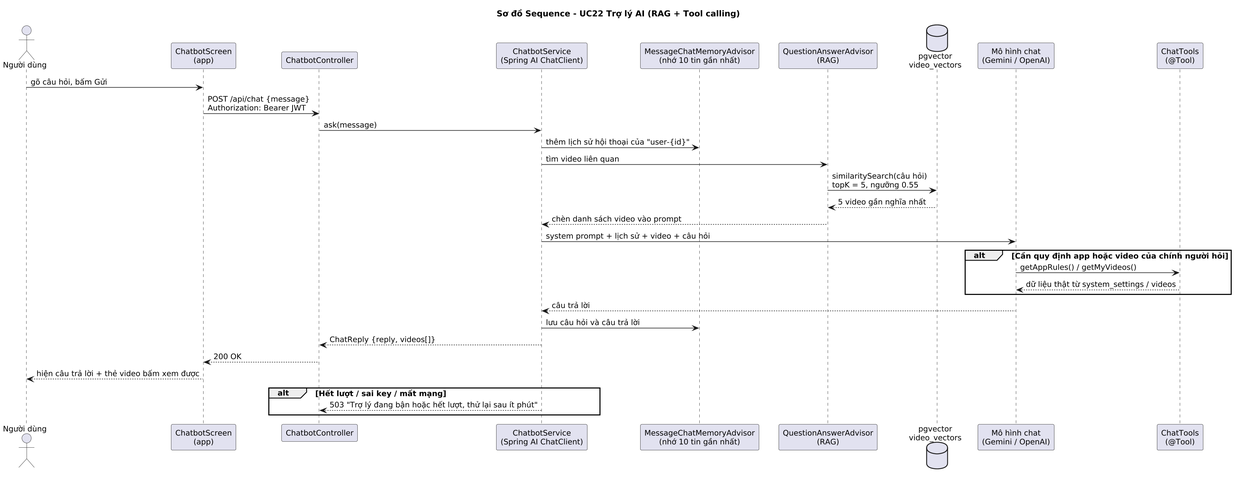
Above: docs/uml/png_moi/seq_chatbot.png in khanh2925/video-sharing-app (PlantUML), before the change.
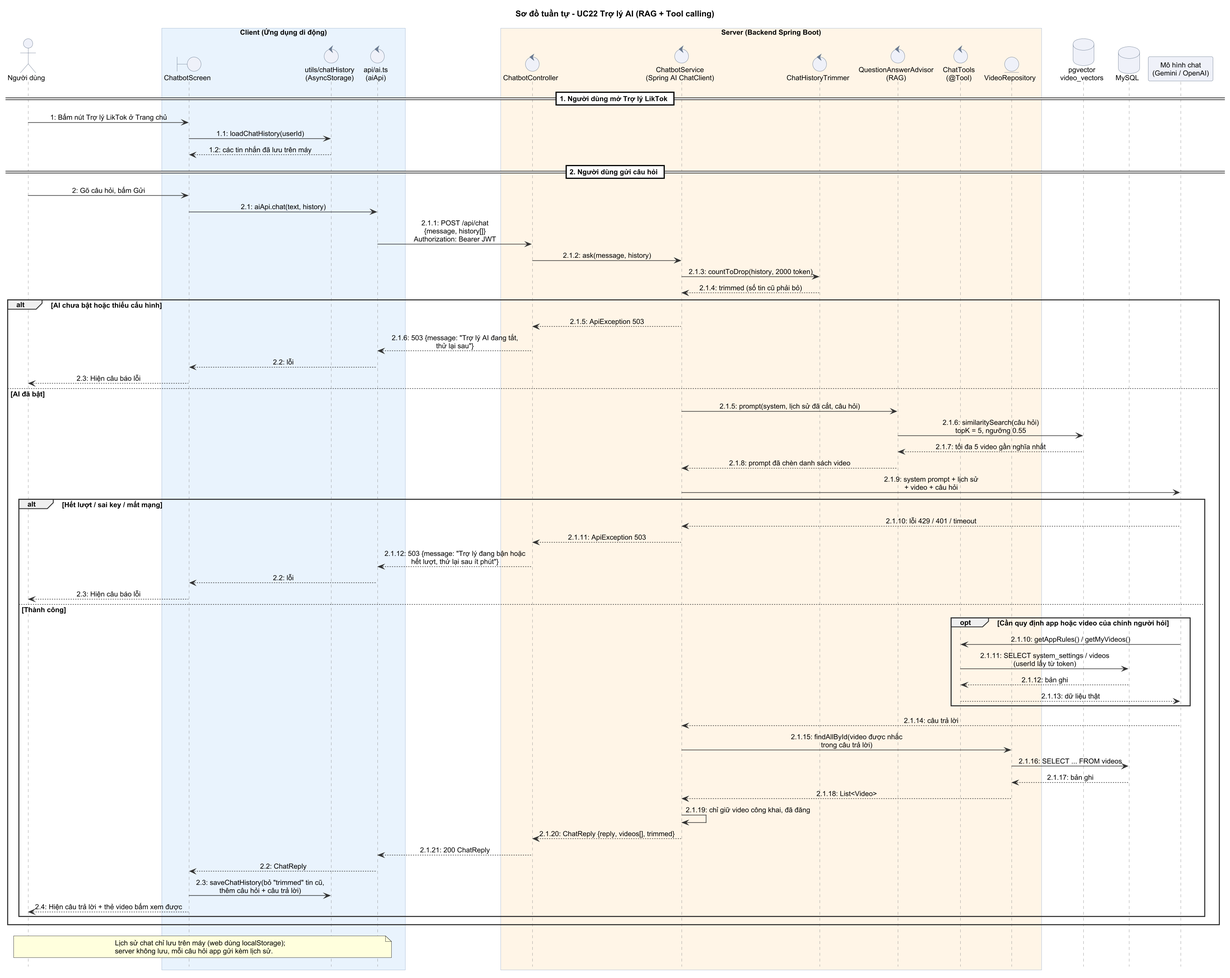
Above is the later version.

Commit message:
Tài liệu: vẽ lại 5 sơ đồ tuần tự cùng một kiểu

What changed in the source:
```diff
@@ -1,42 +1,108 @@
 @startuml seq_chatbot
-skinparamlocked dpi 150
 skinparam defaultFontName Arial
-skinparam defaultFontSize 13
+skinparam defaultFontSize 12
 skinparam dpi 150
 skinparam shadowing false
-skinparam ParticipantPadding 12
+skinparam sequenceMessageAlign center
+skinparam responseMessageBelowArrow false
+skinparam maxMessageSize 260
 skinparam BoxPadding 8
-title Sơ đồ Sequence - UC22 Trợ lý AI (RAG + Tool calling)
+skinparam ArrowColor #333333
+skinparam sequence {
+  LifeLineBorderColor #8A8A8A
+  ParticipantBackgroundColor #EEF1F8
+  ParticipantBorderColor #6B7A90
+  ActorBackgroundColor #EEF1F8
+  ActorBorderColor #6B7A90
+  BoxBorderColor #9DB4CF
+  DividerBackgroundColor #FFFFFF
+  GroupBorderColor #333333
+}
+skinparam BoundaryBackgroundColor #EEF1F8
+skinparam BoundaryBorderColor #6B7A90
+skinparam ControlBackgroundColor #EEF1F8
+skinparam ControlBorderColor #6B7A90
+skinparam EntityBackgroundColor #EEF1F8
+skinparam EntityBorderColor #6B7A90
+skinparam DatabaseBackgroundColor #EEF1F8
+skinparam DatabaseBorderColor #6B7A90
+skinparam QueueBackgroundColor #EEF1F8
+skinparam QueueBorderColor #6B7A90
+skinparam CollectionsBackgroundColor #EEF1F8
+skinparam CollectionsBorderColor #6B7A90
+hide footbox
+title Sơ đồ tuần tự - UC22 Trợ lý AI (RAG + Tool calling)
 
 actor "Người dùng" as U
-participant "ChatbotScreen\n(app)" as App
-participant "ChatbotController" as C
-participant "ChatbotService\n(Spring AI ChatClient)" as S
-participant "MessageChatMemoryAdvisor\n(nhớ 10 tin gần nhất)" as M
-participant "QuestionAnswerAdvisor\n(RAG)" as R
+box "Client (Ứng dụng di động)" #E8F2FC
+  boundary "ChatbotScreen" as CS
+  control "utils/chatHistory\n(AsyncStorage)" as H
+  control "api/ai.ts\n(aiApi)" as API
+end box
+box "Server (Backend Spring Boot)" #FFF5E6
+  control "ChatbotController" as CTRL
+  control "ChatbotService\n(Spring AI ChatClient)" as SVC
+  control "ChatHistoryTrimmer" as TR
+  control "QuestionAnswerAdvisor\n(RAG)" as QA
+  control "ChatTools\n(@Tool)" as T
+  entity "VideoRepository" as REPO
+end box
 database "pgvector\nvideo_vectors" as V
+database "MySQL" as DB
 participant "Mô hình chat\n(Gemini / OpenAI)" as LLM
-participant "ChatTools\n(@Tool)" as T
 
-U -> App : gõ câu hỏi, bấm Gửi
-App -> C : POST /api/chat {message}\nAuthorization: Bearer JWT
-C -> S : ask(message)
-S -> M : thêm lịch sử hội thoại của "user-{id}"
-S -> R : tìm video liên quan
-R -> V : similaritySearch(câu hỏi)\ntopK = 5, ngưỡng 0.55
-V --> R : 5 video gần nghĩa nhất
-R --> S : chèn danh sách video vào prompt
-S -> LLM : system prompt + lịch sử + video + câu hỏi
-alt Cần quy định app hoặc video của chính người hỏi
-  LLM -> T : getAppRules() / getMyVideos()
-  T --> LLM : dữ liệu thật từ system_settings / videos
+== 1. Người dùng mở Trợ lý LikTok ==
+U -> CS : 1: Bấm nút Trợ lý LikTok ở Trang chủ
+CS -> H : 1.1: loadChatHistory(userId)
+H --> CS : 1.2: các tin nhắn đã lưu trên máy
+== 2. Người dùng gửi câu hỏi ==
+U -> CS : 2: Gõ câu hỏi, bấm Gửi
+CS -> API : 2.1: aiApi.chat(text, history)
+API -> CTRL : 2.1.1: POST /api/chat\n{message, history[]}\nAuthorization: Bearer JWT
+CTRL -> SVC : 2.1.2: ask(message, history)
+SVC -> TR : 2.1.3: countToDrop(history, 2000 token)
+TR --> SVC : 2.1.4: trimmed (số tin cũ phải bỏ)
+
+alt AI chưa bật hoặc thiếu cấu hình
+  SVC --> CTRL : 2.1.5: ApiException 503
+  CTRL --> API : 2.1.6: 503 {message: "Trợ lý AI đang tắt,\nthử lại sau"}
+  API --> CS : 2.2: lỗi
+  CS --> U : 2.3: Hiện câu báo lỗi
+else AI đã bật
+  SVC -> QA : 2.1.5: prompt(system, lịch sử đã cắt, câu hỏi)
+  QA -> V : 2.1.6: similaritySearch(câu hỏi)\ntopK = 5, ngưỡng 0.55
+  V --> QA : 2.1.7: tối đa 5 video gần nghĩa nhất
+  QA --> SVC : 2.1.8: prompt đã chèn danh sách video
+  SVC -> LLM : 2.1.9: system prompt + lịch sử\n+ video + câu hỏi
+  alt Hết lượt / sai key / mất mạng
+    LLM --> SVC : 2.1.10: lỗi 429 / 401 / timeout
+    SVC --> CTRL : 2.1.11: ApiException 503
+    CTRL --> API : 2.1.12: 503 {message: "Trợ lý đang bận hoặc\nhết lượt, thử lại sau ít phút"}
+    API --> CS : 2.2: lỗi
+    CS --> U : 2.3: Hiện câu báo lỗi
+  else Thành công
+    opt Cần quy định app hoặc video của chính người hỏi
+      LLM -> T : 2.1.10: getAppRules() / getMyVideos()
+      T -> DB : 2.1.11: SELECT system_settings / videos\n(userId lấy từ token)
+      DB --> T : 2.1.12: bản ghi
+      T --> LLM : 2.1.13: dữ liệu thật
+    end
+    LLM --> SVC : 2.1.14: câu trả lời
+    SVC -> REPO : 2.1.15: findAllById(video được nhắc\ntrong câu trả lời)
+    REPO -> DB : 2.1.16: SELECT ... FROM videos
+    DB --> REPO : 2.1.17: bản ghi
+    REPO --> SVC : 2.1.18: List<Video>
+    SVC -> SVC : 2.1.19: chỉ giữ video công khai, đã đăng
+    SVC --> CTRL : 2.1.20: ChatReply {reply, videos[], trimmed}
+    CTRL --> API : 2.1.21: 200 ChatReply
+    API --> CS : 2.2: ChatReply
+    CS -> H : 2.3: saveChatHistory(bỏ "trimmed" tin cũ,\nthêm câu hỏi + câu trả lời)
+    CS --> U : 2.4: Hiện câu trả lời + thẻ video bấm xem được
+  end
 end
-LLM --> S : câu trả lời
-S -> M : lưu câu hỏi và câu trả lời
-S --> C : ChatReply {reply, videos[]}
-C --> App : 200 OK
-App --> U : hiện câu trả lời + thẻ video bấm xem được
-alt Hết lượt / sai key / mất mạng
-  S --> C : 503 "Trợ lý đang bận hoặc hết lượt, thử lại sau ít phút"
-end
+
+note over U, API
+  Lịch sử chat chỉ lưu trên máy (web dùng localStorage);
+  server không lưu, mỗi câu hỏi app gửi kèm lịch sử.
+end note
 @enduml
```
